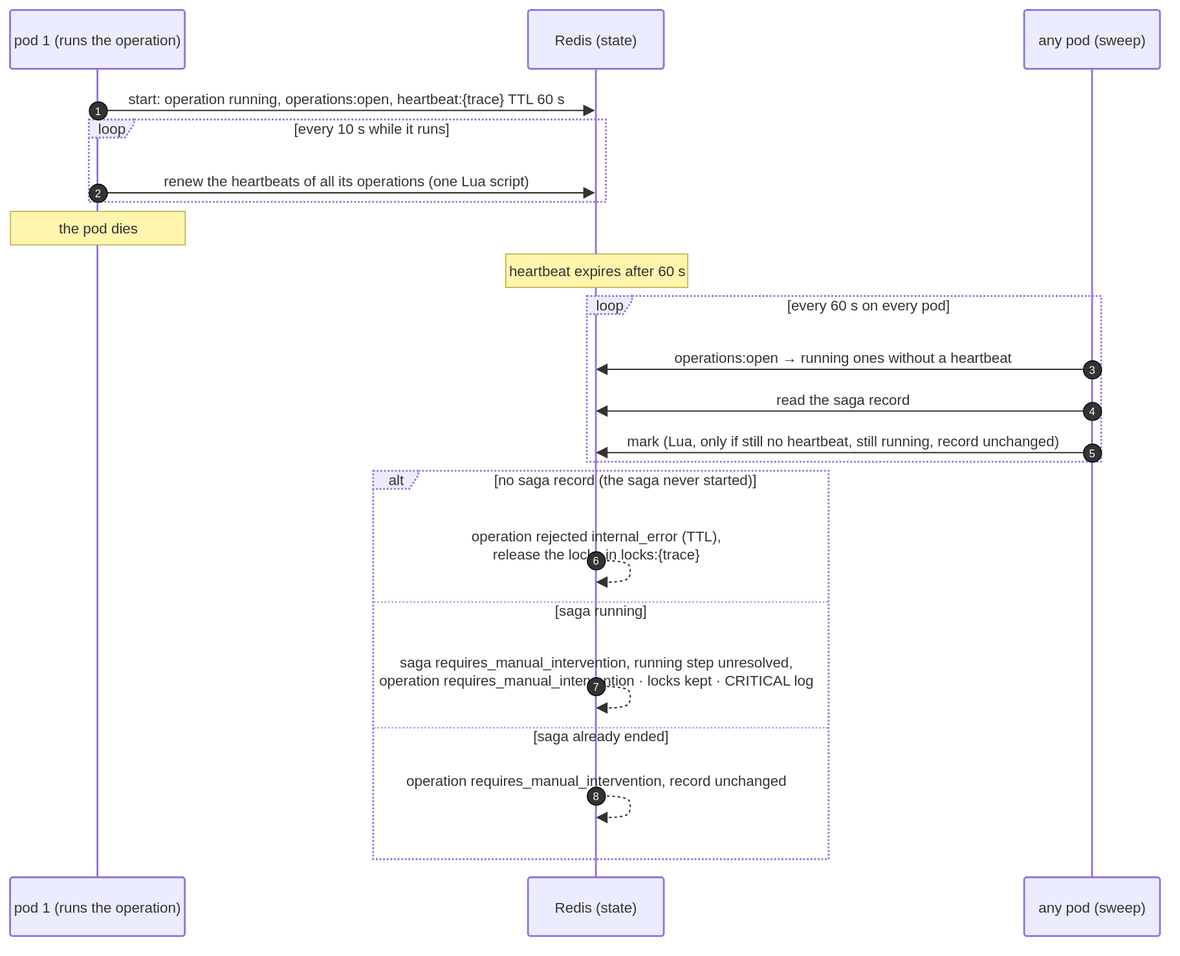
The draw.io diagram docs/diagrams/17-flow-crash.drawio.svg in EliShteinman/redis-enterprise-services, before a commit. Source tidied: cells renumbered, new cells last; positions are measured from the earlier drawing's top-left corner, leaving out a move shared by most shapes.
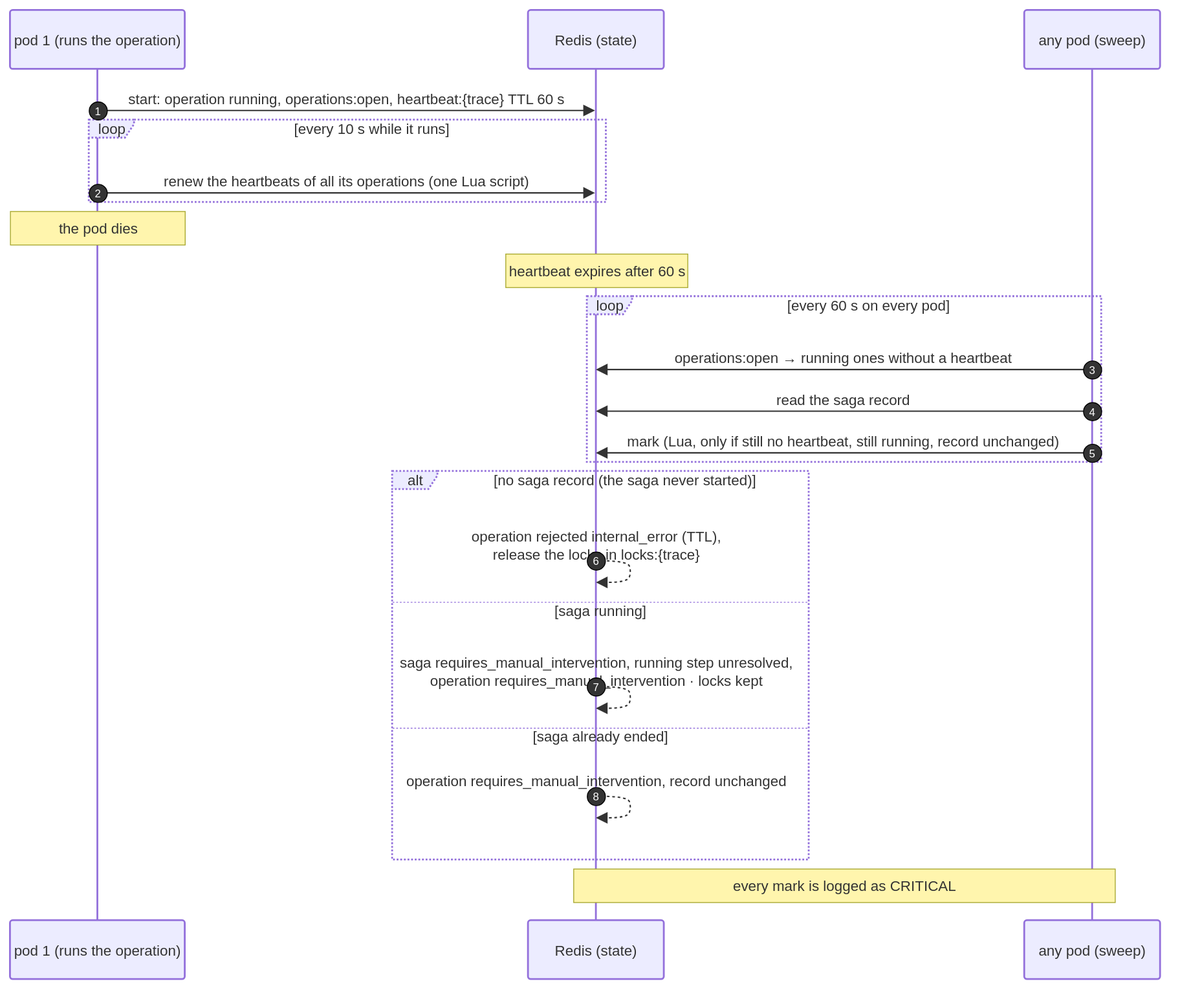
The same file after the commit.

The edit, as a diff of the source:
```diff
@@ -3,13 +3,13 @@
     <mxCell id="0" />
     <mxCell id="1" parent="0" />
     <mxCell id="2" value="pod 1 (runs the operation)" style="html=1;shape=umlLifeline;perimeter=lifelinePerimeter;whiteSpace=wrap;outlineConnect=0;portConstraint=eastwest;newEdgeStyle={&quot;edgeStyle&quot;:&quot;sequenceEdgeStyle&quot;,&quot;libavoidRouting&quot;:0,&quot;curved&quot;:0,&quot;rounded&quot;:0};lifelineDashed=0;strokeWidth=2;rounded=1;absoluteArcSize=1;arcSize=6;lifelineColor=light-dark(#9370DB,#cccccc);size=65;lifelineMirror=1;fillColor=light-dark(#ECECFF,#1f2020);strokeColor=light-dark(#9370DB,#cccccc);fontColor=light-dark(#333333,#cccccc);fontFamily=Trebuchet MS,Verdana,Arial,sans-serif;fontSize=16;" parent="1" vertex="1">
-      <mxGeometry width="193" height="1023" as="geometry" />
+      <mxGeometry width="193" height="1070" as="geometry" />
     </mxCell>
     <mxCell id="3" value="Redis (state)" style="html=1;shape=umlLifeline;perimeter=lifelinePerimeter;whiteSpace=wrap;outlineConnect=0;portConstraint=eastwest;newEdgeStyle={&quot;edgeStyle&quot;:&quot;sequenceEdgeStyle&quot;,&quot;libavoidRouting&quot;:0,&quot;curved&quot;:0,&quot;rounded&quot;:0};lifelineDashed=0;strokeWidth=2;rounded=1;absoluteArcSize=1;arcSize=6;lifelineColor=light-dark(#9370DB,#cccccc);size=65;lifelineMirror=1;fillColor=light-dark(#ECECFF,#1f2020);strokeColor=light-dark(#9370DB,#cccccc);fontColor=light-dark(#333333,#cccccc);fontFamily=Trebuchet MS,Verdana,Arial,sans-serif;fontSize=16;" parent="1" vertex="1">
-      <mxGeometry x="572" width="150" height="1023" as="geometry" />
+      <mxGeometry x="572" width="150" height="1070" as="geometry" />
     </mxCell>
     <mxCell id="4" value="any pod (sweep)" style="html=1;shape=umlLifeline;perimeter=lifelinePerimeter;whiteSpace=wrap;outlineConnect=0;portConstraint=eastwest;newEdgeStyle={&quot;edgeStyle&quot;:&quot;sequenceEdgeStyle&quot;,&quot;libavoidRouting&quot;:0,&quot;curved&quot;:0,&quot;rounded&quot;:0};lifelineDashed=0;strokeWidth=2;rounded=1;absoluteArcSize=1;arcSize=6;lifelineColor=light-dark(#9370DB,#cccccc);size=65;lifelineMirror=1;fillColor=light-dark(#ECECFF,#1f2020);strokeColor=light-dark(#9370DB,#cccccc);fontColor=light-dark(#333333,#cccccc);fontFamily=Trebuchet MS,Verdana,Arial,sans-serif;fontSize=16;" parent="1" vertex="1">
-      <mxGeometry x="1120" width="150" height="1023" as="geometry" />
+      <mxGeometry x="1120" width="150" height="1070" as="geometry" />
     </mxCell>
     <mxCell id="5" value="loop" style="html=1;shape=umlFrame;dashed=1;fixDash=1;dashPattern=2 2;strokeWidth=2;fillColor=light-dark(#ECECFF,#1f2020);strokeColor=light-dark(#9370DB,#cccccc);fontSize=16;align=center;verticalAlign=middle;fontFamily=Trebuchet MS,Verdana,Arial,sans-serif;fontColor=light-dark(#333333,#cccccc);height=20;width=50;" parent="1" vertex="1">
       <mxGeometry x="87" y="121" width="571" height="91" as="geometry" />
@@ -24,22 +24,22 @@
       <mxGeometry x="54" y="2" width="514" height="16" as="geometry" />
     </mxCell>
     <mxCell id="9" value="alt" style="html=1;shape=umlFrame;dashed=1;fixDash=1;dashPattern=2 2;strokeWidth=2;fillColor=light-dark(#ECECFF,#1f2020);strokeColor=light-dark(#9370DB,#cccccc);fontSize=16;align=center;verticalAlign=middle;fontFamily=Trebuchet MS,Verdana,Arial,sans-serif;fontColor=light-dark(#333333,#cccccc);height=20;width=50;" parent="1" vertex="1">
-      <mxGeometry x="401" y="509" width="503" height="429" as="geometry" />
+      <mxGeometry x="422" y="509" width="460" height="429" as="geometry" />
     </mxCell>
     <mxCell id="10" value="[no saga record (the saga never started)]" style="text;strokeColor=none;fillColor=none;align=center;verticalAlign=middle;whiteSpace=wrap;fontSize=16;fontFamily=Trebuchet MS,Verdana,Arial,sans-serif;fontColor=light-dark(#333333,#cccccc);" parent="9" vertex="1">
-      <mxGeometry x="54" y="2" width="449" height="16" as="geometry" />
+      <mxGeometry x="54" y="2" width="406" height="16" as="geometry" />
     </mxCell>
     <mxCell id="11" style="shape=line;dashed=1;fixDash=1;dashPattern=2 2;strokeColor=light-dark(#9370DB,#cccccc);" parent="9" vertex="1">
-      <mxGeometry y="144" width="503" height="1" as="geometry" />
+      <mxGeometry y="144" width="460" height="1" as="geometry" />
     </mxCell>
     <mxCell id="12" value="[saga running]" style="text;strokeColor=none;fillColor=none;align=center;verticalAlign=middle;whiteSpace=wrap;fontSize=16;fontFamily=Trebuchet MS,Verdana,Arial,sans-serif;fontColor=light-dark(#333333,#cccccc);" parent="9" vertex="1">
-      <mxGeometry y="146" width="503" height="16" as="geometry" />
+      <mxGeometry y="146" width="460" height="16" as="geometry" />
     </mxCell>
     <mxCell id="13" style="shape=line;dashed=1;fixDash=1;dashPattern=2 2;strokeColor=light-dark(#9370DB,#cccccc);" parent="9" vertex="1">
-      <mxGeometry y="283" width="503" height="1" as="geometry" />
+      <mxGeometry y="283" width="460" height="1" as="geometry" />
     </mxCell>
     <mxCell id="14" value="[saga already ended]" style="text;strokeColor=none;fillColor=none;align=center;verticalAlign=middle;whiteSpace=wrap;fontSize=16;fontFamily=Trebuchet MS,Verdana,Arial,sans-serif;fontColor=light-dark(#333333,#cccccc);" parent="9" vertex="1">
-      <mxGeometry y="285" width="503" height="16" as="geometry" />
+      <mxGeometry y="285" width="460" height="16" as="geometry" />
     </mxCell>
     <mxCell id="15" value="start: operation running, operations:open, heartbeat:{trace} TTL 60 s" style="endArrow=block;endSize=9;verticalAlign=bottom;spacingBottom=2;edgeStyle=sequenceEdgeStyle;libavoidRouting=0;curved=0;rounded=0;fontSize=16;labelBackgroundColor=none;strokeWidth=1.5;strokeColor=light-dark(#333333,#cccccc);fontColor=light-dark(#333333,#cccccc);fontFamily=Trebuchet MS,Verdana,Arial,sans-serif;" parent="1" edge="1" source="2" target="3">
       <mxGeometry relative="1" as="geometry">
@@ -115,7 +115,7 @@
         </Array>
       </mxGeometry>
     </mxCell>
-    <mxCell id="29" value="saga requires_manual_intervention, running step unresolved,&#10;operation requires_manual_intervention · locks kept · CRITICAL log" style="text;html=1;strokeColor=none;fillColor=none;align=center;verticalAlign=middle;fontFamily=Trebuchet MS,Verdana,Arial,sans-serif;fontSize=16;fontColor=light-dark(#333333,#cccccc);" parent="1" vertex="1">
+    <mxCell id="29" value="saga requires_manual_intervention, running step unresolved,&#10;operation requires_manual_intervention · locks kept" style="text;html=1;strokeColor=none;fillColor=none;align=center;verticalAlign=middle;fontFamily=Trebuchet MS,Verdana,Arial,sans-serif;fontSize=16;fontColor=light-dark(#333333,#cccccc);" parent="1" vertex="1">
       <mxGeometry x="547" y="721" width="200" height="18" as="geometry" />
     </mxCell>
     <mxCell id="30" value="7" style="ellipse;fillColor=light-dark(#333333,#cccccc);align=center;verticalAlign=middle;fontColor=light-dark(#FFFFFF,#333333);fontSize=12;" parent="1" vertex="1">
@@ -142,5 +142,8 @@
     <mxCell id="35" value="heartbeat expires after 60 s" style="html=1;fillColor=light-dark(#fff5ad,#2a2a2a);strokeColor=light-dark(#aaaa33,#cccccc);fontColor=light-dark(#333333,#cccccc);fontFamily=Trebuchet MS,Verdana,Arial,sans-serif;fontSize=16;" parent="1" vertex="1">
       <mxGeometry x="547" y="269" width="201" height="37" as="geometry" />
     </mxCell>
+    <mxCell id="36" value="every mark is logged as CRITICAL" style="html=1;fillColor=light-dark(#fff5ad,#2a2a2a);strokeColor=light-dark(#aaaa33,#cccccc);fontColor=light-dark(#333333,#cccccc);fontFamily=Trebuchet MS,Verdana,Arial,sans-serif;fontSize=16;" parent="1" vertex="1">
+      <mxGeometry x="622" y="948" width="598" height="37" as="geometry" />
+    </mxCell>
   </root>
 </mxGraphModel>
```
